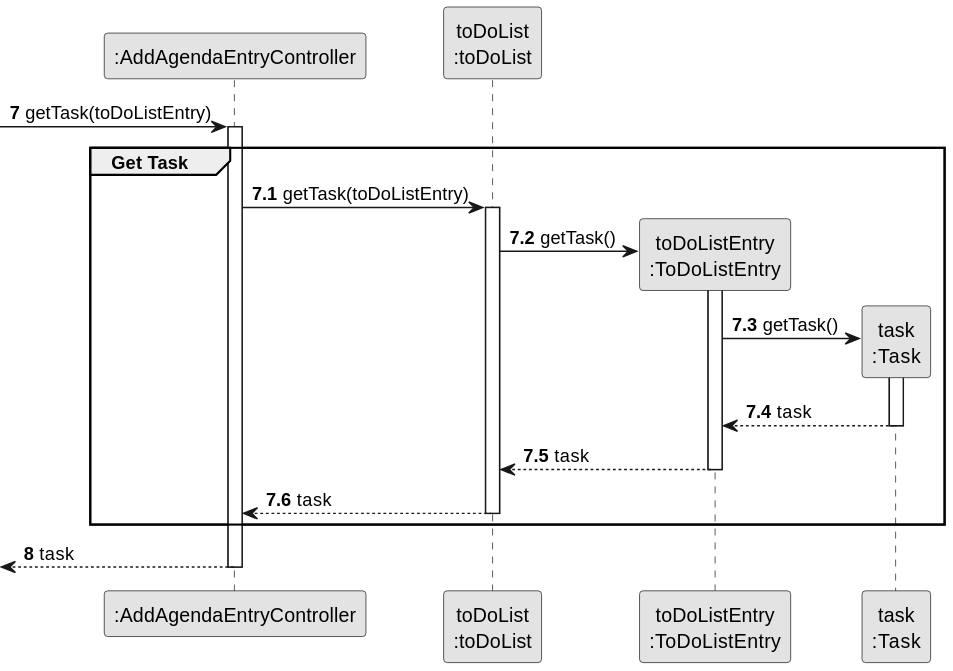
Above: docs/sprintC/us022/03.design/svg/us022-sequence-diagram-partial-get-task.svg in diogoveirospro/lei-24-s2-1dg-g072 (PlantUML), before the change. Source of this version:
```plantuml
@startuml
skinparam monochrome true
skinparam packageStyle rectangle
skinparam shadowing false

participant ":AddAgendaEntryController" as CTRL
participant "toDoList\n:toDoList" as TODOLIST
participant "toDoListEntry\n:ToDoListEntry" as TODOLISTENTRY
participant "task\n:Task" as TASK

autonumber 7
-> CTRL: getTask(toDoListEntry)

autonumber 7.1
activate CTRL
    group Get Task

            CTRL -> TODOLIST : getTask(toDoListEntry)
            activate TODOLIST

                TODOLIST -> TODOLISTENTRY** : getTask()
                activate TODOLISTENTRY

                    TODOLISTENTRY -> TASK** : getTask()
                    activate TASK

                        TASK --> TODOLISTENTRY : task
                    deactivate TASK

                    TODOLISTENTRY --> TODOLIST : task
                deactivate TODOLISTENTRY

                TODOLIST --> CTRL : task
            deactivate TODOLIST

    end

    autonumber 8
    <-- CTRL : task
deactivate CTRL
@enduml
```
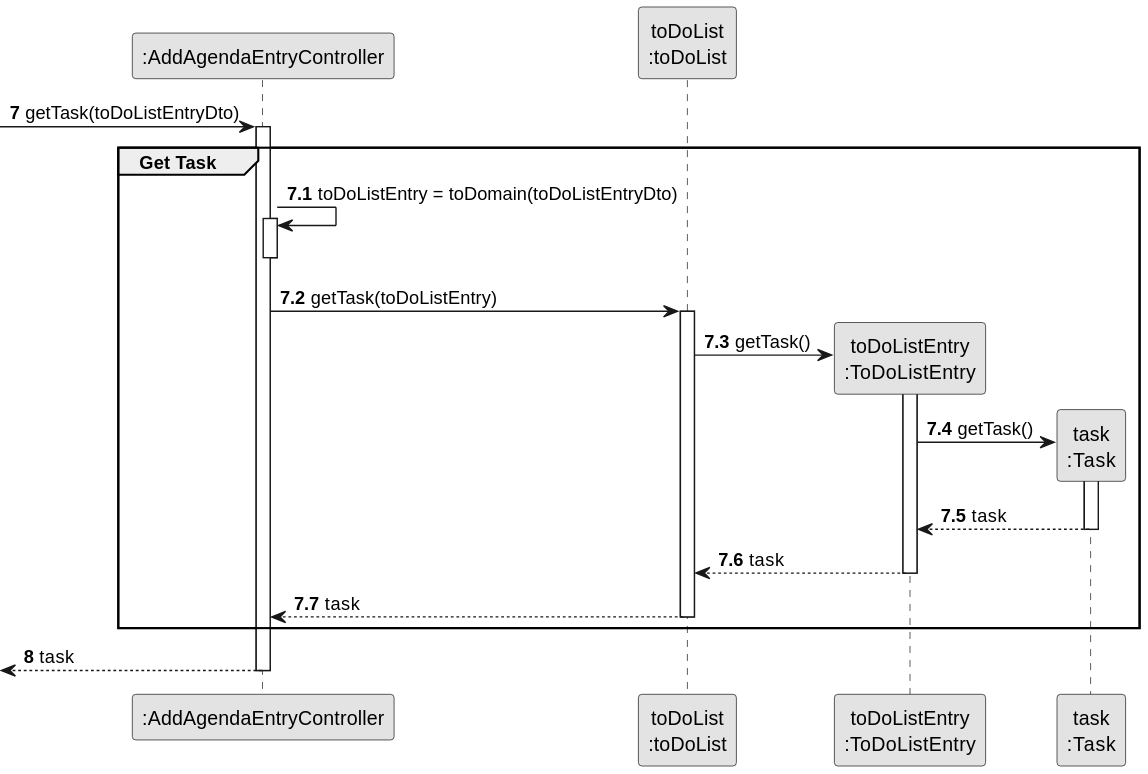
After the change.

Diff of the diagram source:
```diff
@@ -9,11 +9,15 @@
 participant "task\n:Task" as TASK
 
 autonumber 7
--> CTRL: getTask(toDoListEntry)
+-> CTRL: getTask(toDoListEntryDto)
 
 autonumber 7.1
 activate CTRL
     group Get Task
+
+             CTRL -> CTRL : toDoListEntry = toDomain(toDoListEntryDto)
+             activate CTRL
+             deactivate CTRL
 
             CTRL -> TODOLIST : getTask(toDoListEntry)
             activate TODOLIST
```
